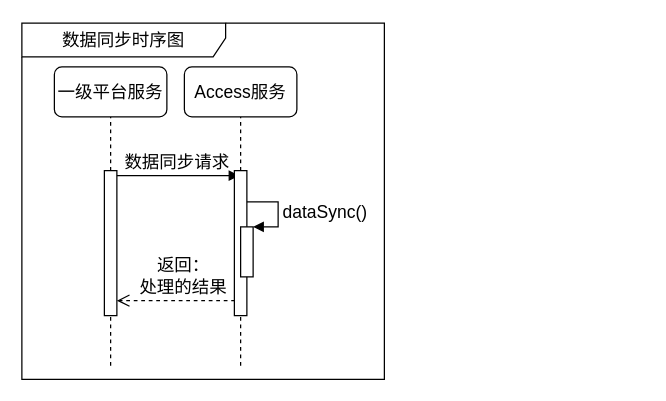
Above: IOTManage/sequence-datasync.drawio in waterwatermelon/graph (draw.io), before the change. Source tidied: cells renumbered, new cells numbered last; positions are measured from the earlier drawing's top-left corner, leaving out a move shared by most shapes. Both pictures are drawn from the tidied source at 125%, with x=0, y=0 at pixel (21, 22).
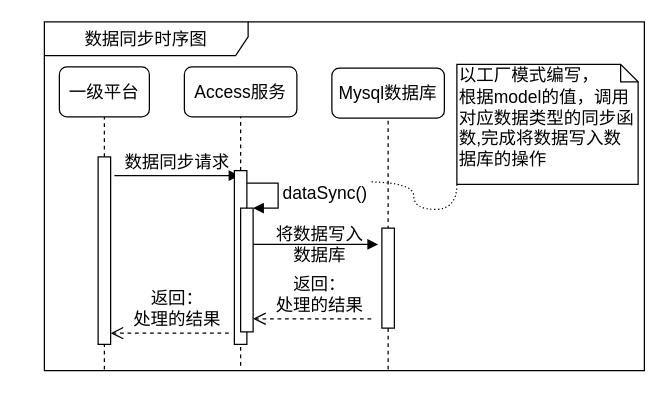
The same diagram, later.

Change to the diagram source:
```diff
@@
-    <mxCell id="2" style="endArrow=none;dashed=1;html=1;fontSize=14;fontColor=#000000;" parent="1" edge="1">
-      <mxGeometry relative="1" as="geometry">
-        <mxPoint x="71" y="274" as="sourcePoint" />
-        <mxPoint x="71" y="227" as="targetPoint" />
-      </mxGeometry>
-    </mxCell>
@@
     <mxCell id="4" value="&lt;font style=&quot;font-size: 14px&quot;&gt;数据同步时序图&lt;/font&gt;" style="shape=umlFrame;whiteSpace=wrap;html=1;width=163;height=27;" parent="1" vertex="1">
-      <mxGeometry width="290" height="285" as="geometry" />
+      <mxGeometry x="18" y="-1" width="480" height="279" as="geometry" />
     </mxCell>
@@
-    <mxCell id="8" style="endArrow=none;dashed=1;html=1;fontSize=14;fontColor=#000000;entryX=0.5;entryY=1;entryDx=0;entryDy=0;" parent="1" edge="1" source="10" target="9">
+    <mxCell id="8" style="endArrow=none;dashed=1;html=1;fontSize=14;fontColor=#000000;entryX=0.5;entryY=1;entryDx=0;entryDy=0;" parent="1" edge="1" source="15" target="9">
       <mxGeometry relative="1" as="geometry" />
     </mxCell>
-    <mxCell id="9" value="一级平台服务" style="rounded=1;whiteSpace=wrap;html=1;fontSize=14;fontColor=#000000;" parent="1" vertex="1">
-      <mxGeometry x="26" y="35" width="90" height="40" as="geometry" />
+    <mxCell id="9" value="一级平台" style="rounded=1;whiteSpace=wrap;html=1;fontSize=14;fontColor=#000000;" parent="1" vertex="1">
+      <mxGeometry x="30" y="35" width="72" height="40" as="geometry" />
     </mxCell>
-    <mxCell id="10" style="html=1;points=[];perimeter=orthogonalPerimeter;rounded=0;shadow=0;comic=0;labelBackgroundColor=none;strokeColor=#000000;strokeWidth=1;fillColor=#FFFFFF;fontFamily=Verdana;fontSize=14;fontColor=#000000;align=center;" parent="1" vertex="1">
-      <mxGeometry x="66" y="118" width="10" height="116" as="geometry" />
-    </mxCell>
     <mxCell id="11" style="html=1;points=[];perimeter=orthogonalPerimeter;rounded=0;shadow=0;comic=0;labelBackgroundColor=none;strokeColor=#000000;strokeWidth=1;fillColor=#FFFFFF;fontFamily=Verdana;fontSize=14;fontColor=#000000;align=center;" parent="1" vertex="1">
-      <mxGeometry x="170" y="118" width="10" height="116" as="geometry" />
+      <mxGeometry x="170" y="118" width="10" height="139" as="geometry" />
     </mxCell>
     <mxCell id="12" value="返回：&lt;br&gt;处理的结果&lt;br&gt;" style="html=1;verticalAlign=bottom;endArrow=open;dashed=1;endSize=8;labelBackgroundColor=none;fontFamily=Verdana;fontSize=14;fontColor=#000000;" parent="1" edge="1">
       <mxGeometry x="-0.11" relative="1" as="geometry">
-        <mxPoint x="170.5" y="222" as="sourcePoint" />
-        <mxPoint x="76" y="222" as="targetPoint" />
+        <mxPoint x="165.5" y="248" as="sourcePoint" />
+        <mxPoint x="71" y="248" as="targetPoint" />
       </mxGeometry>
     </mxCell>
     <mxCell id="13" style="html=1;points=[];perimeter=orthogonalPerimeter;fontSize=14;" parent="1" vertex="1">
-      <mxGeometry x="175" y="163" width="10" height="40" as="geometry" />
+      <mxGeometry x="175" y="148" width="10" height="99" as="geometry" />
     </mxCell>
     <mxCell id="14" value="dataSync()" style="edgeStyle=orthogonalEdgeStyle;html=1;align=left;spacingLeft=2;endArrow=block;rounded=0;entryX=1;entryY=0;strokeWidth=1;fontSize=14;" parent="1" edge="1" target="13">
       <mxGeometry relative="1" as="geometry">
-        <mxPoint x="180" y="143" as="sourcePoint" />
+        <mxPoint x="180" y="128" as="sourcePoint" />
         <Array as="points">
-          <mxPoint x="205" y="143" />
+          <mxPoint x="205" y="128" />
         </Array>
       </mxGeometry>
     </mxCell>
+    <mxCell id="15" style="html=1;points=[];perimeter=orthogonalPerimeter;rounded=0;shadow=0;comic=0;labelBackgroundColor=none;strokeColor=#000000;strokeWidth=1;fillColor=#FFFFFF;fontFamily=Verdana;fontSize=14;fontColor=#000000;align=center;" parent="1" vertex="1">
+      <mxGeometry x="61" y="107" width="10" height="150" as="geometry" />
+    </mxCell>
+    <mxCell id="16" style="endArrow=none;dashed=1;html=1;fontSize=14;fontColor=#000000;entryX=0.5;entryY=1;entryDx=0;entryDy=0;" parent="1" edge="1" target="15">
+      <mxGeometry relative="1" as="geometry">
+        <mxPoint x="66" y="277" as="sourcePoint" />
+      </mxGeometry>
+    </mxCell>
+    <mxCell id="17" style="edgeStyle=orthogonalEdgeStyle;curved=1;rounded=0;jettySize=auto;html=1;exitX=0;exitY=1;exitDx=0;exitDy=0;exitPerimeter=0;dashed=1;dashPattern=1 2;endArrow=none;endFill=0;fontSize=14;" parent="1" edge="1" source="18">
+      <mxGeometry relative="1" as="geometry">
+        <mxPoint x="278" y="127" as="targetPoint" />
+      </mxGeometry>
+    </mxCell>
+    <mxCell id="18" value="&lt;font style=&quot;font-size: 14px&quot;&gt;以工厂模式编写，&lt;br style=&quot;font-size: 14px&quot;&gt;根据model的值，调用对应数据类型的同步函数,完成将数据写入数据库的操作&lt;/font&gt;&lt;br style=&quot;font-size: 14px&quot;&gt;" style="shape=note;whiteSpace=wrap;html=1;size=14;verticalAlign=top;align=left;spacingTop=-6;fontSize=14;" parent="1" vertex="1">
+      <mxGeometry x="348" y="33" width="145" height="96" as="geometry" />
+    </mxCell>
+    <mxCell id="19" value="Mysql数据库" style="rounded=1;whiteSpace=wrap;html=1;fontSize=14;fontColor=#000000;" parent="1" vertex="1">
+      <mxGeometry x="248" y="36" width="90" height="40" as="geometry" />
+    </mxCell>
+    <mxCell id="20" style="endArrow=none;dashed=1;html=1;fontSize=14;fontColor=#000000;" parent="1" edge="1">
+      <mxGeometry relative="1" as="geometry">
+        <mxPoint x="293" y="165" as="sourcePoint" />
+        <mxPoint x="293" y="75" as="targetPoint" />
+      </mxGeometry>
+    </mxCell>
+    <mxCell id="21" style="html=1;points=[];perimeter=orthogonalPerimeter;rounded=0;shadow=0;comic=0;labelBackgroundColor=none;strokeColor=#000000;strokeWidth=1;fillColor=#FFFFFF;fontFamily=Verdana;fontSize=14;fontColor=#000000;align=center;" parent="1" vertex="1">
+      <mxGeometry x="288" y="164" width="10" height="80" as="geometry" />
+    </mxCell>
+    <mxCell id="22" style="endArrow=none;dashed=1;html=1;fontSize=14;fontColor=#000000;" parent="1" edge="1" target="21">
+      <mxGeometry relative="1" as="geometry">
+        <mxPoint x="293" y="277" as="sourcePoint" />
+      </mxGeometry>
+    </mxCell>
+    <mxCell id="23" value="将数据写入&lt;br&gt;数据库" style="html=1;verticalAlign=bottom;endArrow=block;labelBackgroundColor=none;fontFamily=Verdana;fontSize=14;elbow=vertical;fontColor=#000000;" parent="1" edge="1">
+      <mxGeometry x="0.06" y="-20" relative="1" as="geometry">
+        <mxPoint x="185" y="177" as="sourcePoint" />
+        <mxPoint x="285" y="177" as="targetPoint" />
+      </mxGeometry>
+    </mxCell>
+    <mxCell id="24" value="返回：&lt;br&gt;处理的结果&lt;br&gt;" style="html=1;verticalAlign=bottom;endArrow=open;dashed=1;endSize=8;labelBackgroundColor=none;fontFamily=Verdana;fontSize=14;fontColor=#000000;" parent="1" edge="1">
+      <mxGeometry x="-0.11" relative="1" as="geometry">
+        <mxPoint x="279.5" y="236.5" as="sourcePoint" />
+        <mxPoint x="185" y="236.5" as="targetPoint" />
+      </mxGeometry>
+    </mxCell>
```
